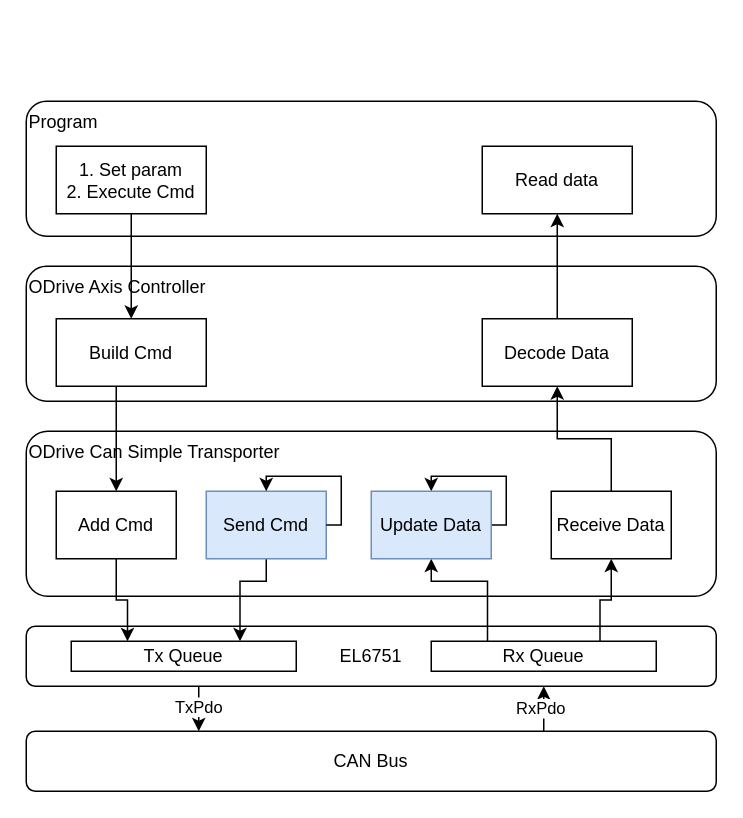
henry6107/ODrive_Can_Interface keeps this draw.io diagram as docs/odrive-data-flow-architecture.drawio. Above is the earlier version. Source tidied: cells renumbered, new cells numbered last; positions are measured from the earlier drawing's top-left corner, leaving out a move shared by most shapes. Both pictures are drawn from the tidied source at 150%, with x=0, y=0 at pixel (26, 100).
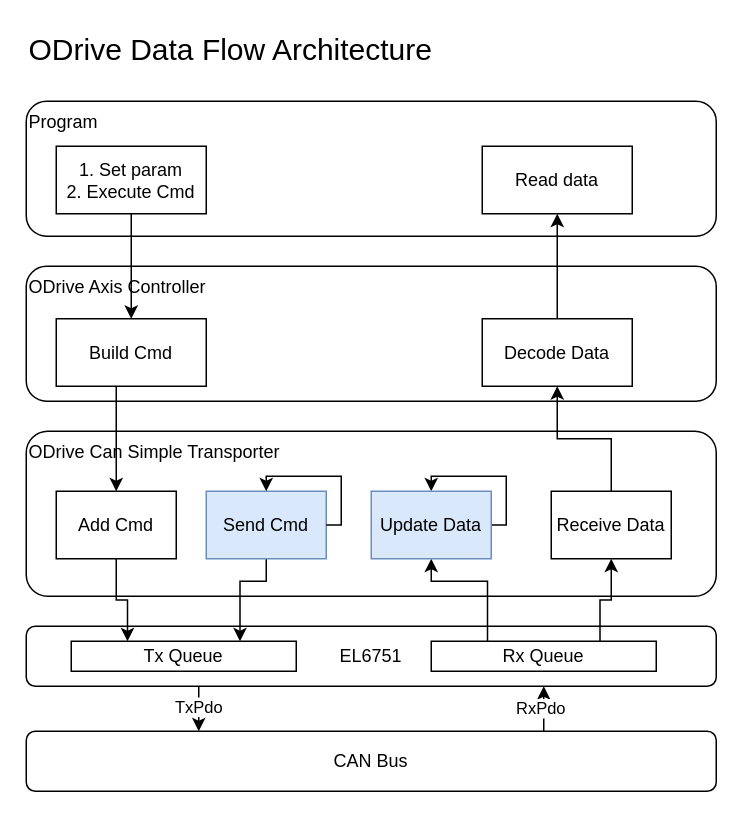
After the change.

The edit, as a diff of the source:
```diff
@@
+    <mxCell id="31" value="ODrive Data Flow Architecture" style="text;html=1;whiteSpace=wrap;strokeColor=none;fillColor=none;align=left;verticalAlign=middle;rounded=0;fontSize=20;" parent="1" vertex="1">
+      <mxGeometry y="-50" width="300" height="30" as="geometry" />
+    </mxCell>
```
